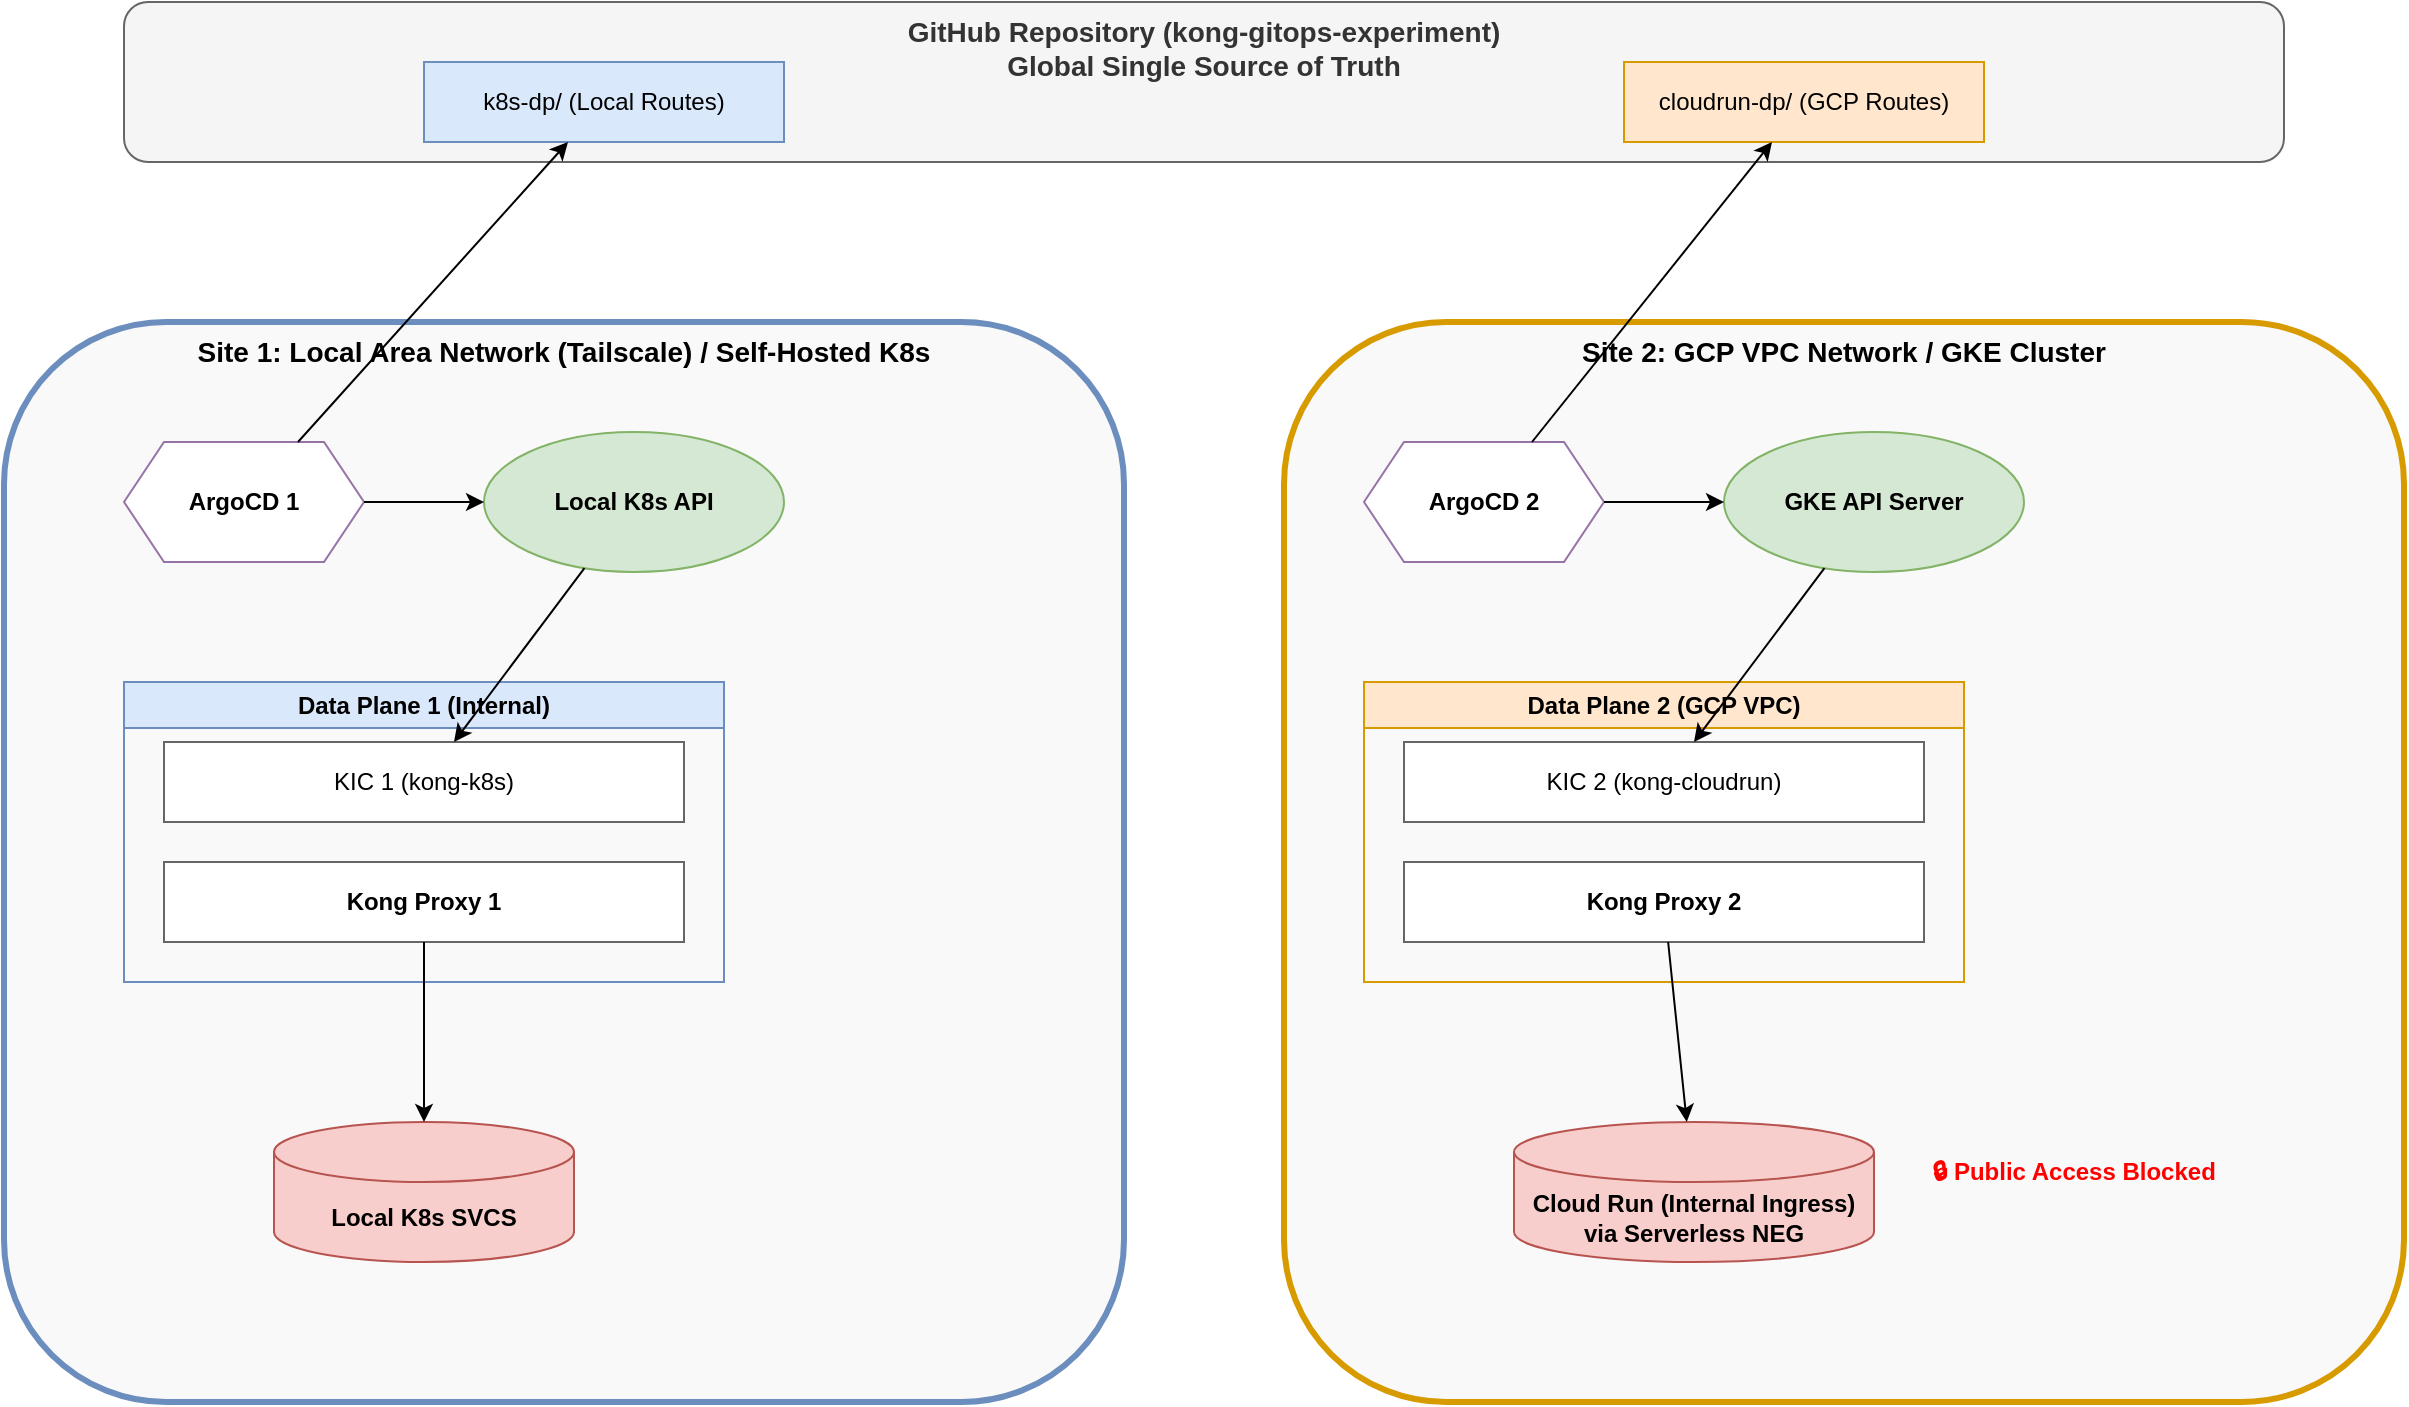
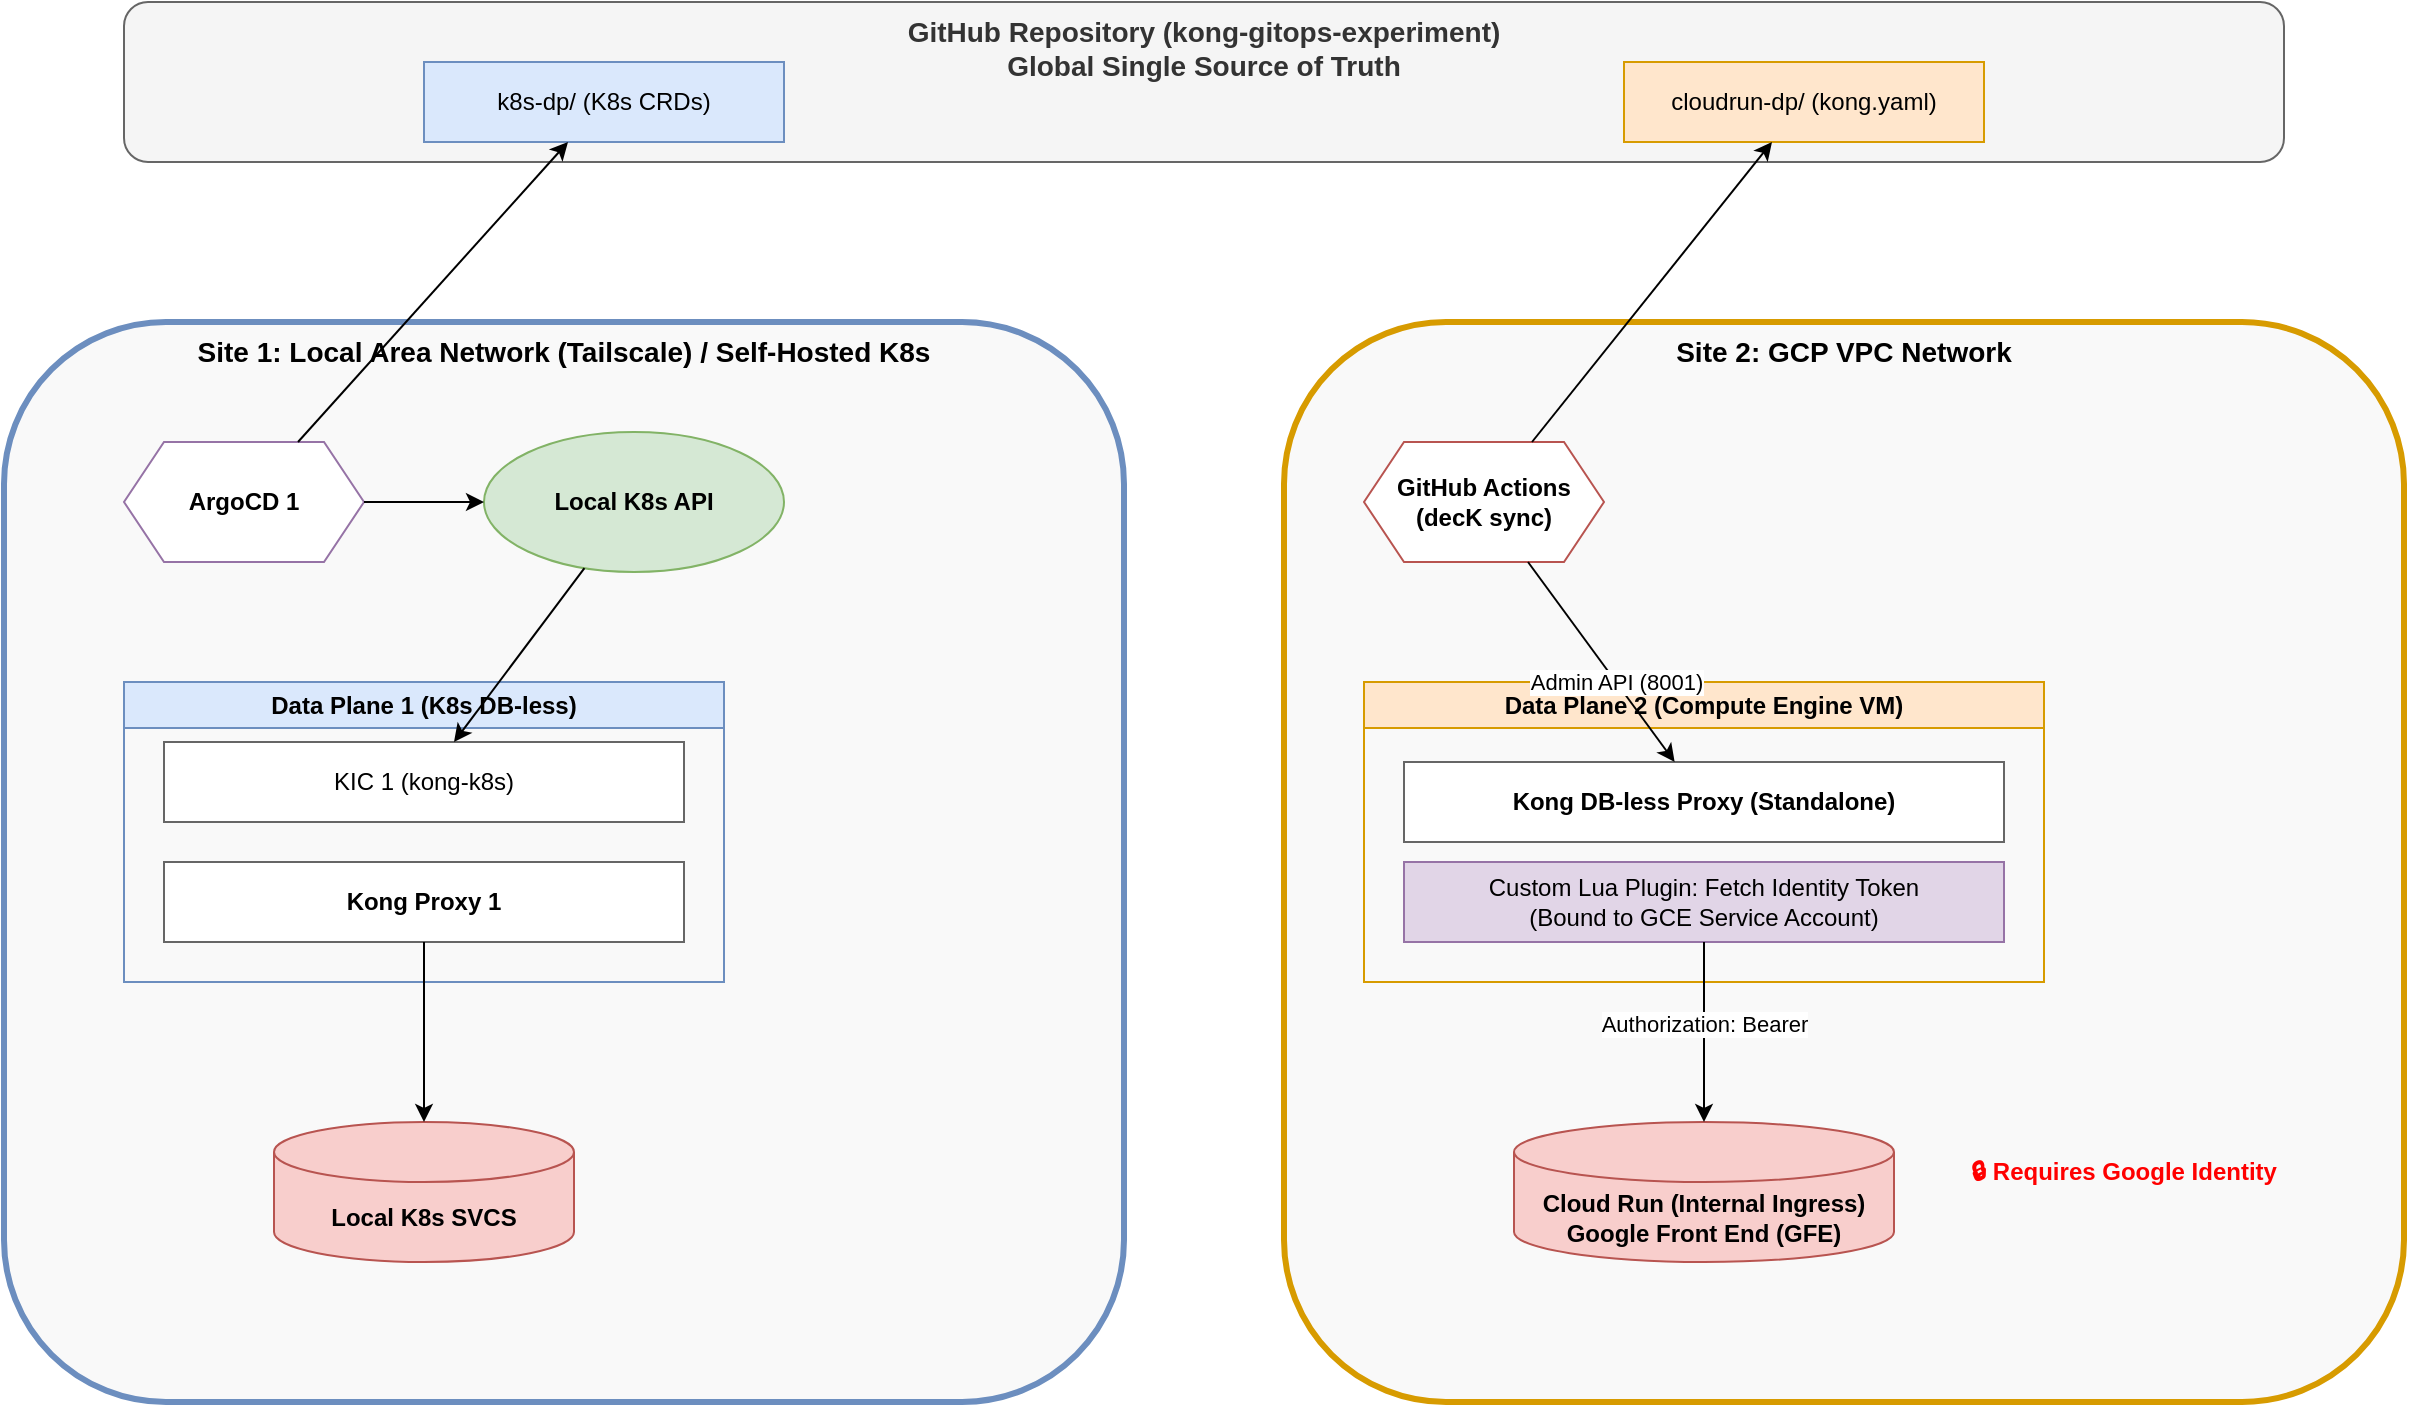
- <mxfile host="Electron" modified="2026-05-26T18:40:00.000Z" agent="Mozilla/5.0" version="22.1.2" type="device">
-   <diagram id="kong-gitops-multi-cluster" name="Architecture">
+ <mxfile host="Electron" modified="2026-05-26T18:55:00.000Z" agent="Mozilla/5.0" version="22.1.2" type="device">
+   <diagram id="kong-gitops-vm-architecture" name="Architecture">
    <mxGraphModel dx="1434" dy="844" grid="1" gridSize="10" guides="1" tooltips="1" connect="1" arrows="1" fold="1" page="1" pageScale="1" pageWidth="1300" pageHeight="900" math="0" shadow="0">
      <root>
        <mxCell id="0" />
        <mxCell id="1" parent="0" />

        <!-- GitHub Repo Box (External) -->
        <mxCell id="github_repo" value="GitHub Repository (kong-gitops-experiment)&#10;Global Single Source of Truth" style="rounded=1;whiteSpace=wrap;html=1;fillColor=#f5f5f5;fontStyle=1;strokeColor=#666666;fontColor=#333333;verticalAlign=top;fontSize=14;" vertex="1" parent="1">
          <mxGeometry x="100" y="20" width="1080" height="80" as="geometry" />
        </mxCell>

-         <mxCell id="github_k8s_code" value="k8s-dp/ (Local Routes)" style="rounded=0;whiteSpace=wrap;html=1;fillColor=#dae8fc;strokeColor=#6c8ebf;" vertex="1" parent="1">
+         <mxCell id="github_k8s_code" value="k8s-dp/ (K8s CRDs)" style="rounded=0;whiteSpace=wrap;html=1;fillColor=#dae8fc;strokeColor=#6c8ebf;" vertex="1" parent="1">
          <mxGeometry x="250" y="50" width="180" height="40" as="geometry" />
        </mxCell>

-         <mxCell id="github_cr_code" value="cloudrun-dp/ (GCP Routes)" style="rounded=0;whiteSpace=wrap;html=1;fillColor=#ffe6cc;strokeColor=#d79b00;" vertex="1" parent="1">
+         <mxCell id="github_cr_code" value="cloudrun-dp/ (kong.yaml)" style="rounded=0;whiteSpace=wrap;html=1;fillColor=#ffe6cc;strokeColor=#d79b00;" vertex="1" parent="1">
          <mxGeometry x="850" y="50" width="180" height="40" as="geometry" />
        </mxCell>

-         <!-- Tailscale LAN Area -->
+         <!-- Tailscale LAN Area (Site 1) -->
        <mxCell id="lan_cluster" value="Site 1: Local Area Network (Tailscale) / Self-Hosted K8s" style="rounded=1;whiteSpace=wrap;html=1;fillColor=#f9f9f9;strokeColor=#6c8ebf;strokeWidth=3;verticalAlign=top;fontStyle=1;fontSize=14;" vertex="1" parent="1">
          <mxGeometry x="40" y="180" width="560" height="540" as="geometry" />
        </mxCell>

-         <!-- GCP VPC Area -->
-         <mxCell id="gcp_vpc" value="Site 2: GCP VPC Network / GKE Cluster" style="rounded=1;whiteSpace=wrap;html=1;fillColor=#f9f9f9;strokeColor=#d79b00;strokeWidth=3;verticalAlign=top;fontStyle=1;fontSize=14;" vertex="1" parent="1">
+         <!-- GCP VPC Area (Site 2) -->
+         <mxCell id="gcp_vpc" value="Site 2: GCP VPC Network" style="rounded=1;whiteSpace=wrap;html=1;fillColor=#f9f9f9;strokeColor=#d79b00;strokeWidth=3;verticalAlign=top;fontStyle=1;fontSize=14;" vertex="1" parent="1">
          <mxGeometry x="680" y="180" width="560" height="540" as="geometry" />
        </mxCell>

        <!-- LAN ArgoCD & API -->
        <mxCell id="lan_argocd" value="ArgoCD 1" style="shape=hexagon;perimeter=hexagonPerimeter2;whiteSpace=wrap;html=1;fixedSize=1;fillColor=#ffffff;strokeColor=#9673a6;fontStyle=1" vertex="1" parent="1">
          <mxGeometry x="100" y="240" width="120" height="60" as="geometry" />
        </mxCell>
        <mxCell id="lan_api" value="Local K8s API" style="ellipse;whiteSpace=wrap;html=1;fillColor=#d5e8d4;strokeColor=#82b366;fontStyle=1" vertex="1" parent="1">
          <mxGeometry x="280" y="235" width="150" height="70" as="geometry" />
        </mxCell>

-         <!-- GCP ArgoCD & API -->
-         <mxCell id="gcp_argocd" value="ArgoCD 2" style="shape=hexagon;perimeter=hexagonPerimeter2;whiteSpace=wrap;html=1;fixedSize=1;fillColor=#ffffff;strokeColor=#9673a6;fontStyle=1" vertex="1" parent="1">
+         <!-- GCP GitHub Actions & VM -->
+         <mxCell id="gh_actions" value="GitHub Actions&#10;(decK sync)" style="shape=hexagon;perimeter=hexagonPerimeter2;whiteSpace=wrap;html=1;fixedSize=1;fillColor=#ffffff;strokeColor=#b85450;fontStyle=1" vertex="1" parent="1">
          <mxGeometry x="720" y="240" width="120" height="60" as="geometry" />
        </mxCell>
-         <mxCell id="gcp_api" value="GKE API Server" style="ellipse;whiteSpace=wrap;html=1;fillColor=#d5e8d4;strokeColor=#82b366;fontStyle=1" vertex="1" parent="1">
-           <mxGeometry x="900" y="235" width="150" height="70" as="geometry" />
-         </mxCell>

-         <!-- DP1 (Local) -->
-         <mxCell id="dp1_box" value="Data Plane 1 (Internal)" style="swimlane;whiteSpace=wrap;html=1;fillColor=#dae8fc;strokeColor=#6c8ebf;fontStyle=1" vertex="1" parent="1">
+         <!-- DP1 (Local KIC) -->
+         <mxCell id="dp1_box" value="Data Plane 1 (K8s DB-less)" style="swimlane;whiteSpace=wrap;html=1;fillColor=#dae8fc;strokeColor=#6c8ebf;fontStyle=1" vertex="1" parent="1">
          <mxGeometry x="100" y="360" width="300" height="150" as="geometry" />
        </mxCell>
        <mxCell id="kic1" value="KIC 1 (kong-k8s)" style="rounded=0;whiteSpace=wrap;html=1;fillColor=#ffffff;strokeColor=#666666;" vertex="1" parent="dp1_box">
          <mxGeometry x="20" y="30" width="260" height="40" as="geometry" />
        </mxCell>
        <mxCell id="proxy1" value="Kong Proxy 1" style="rounded=0;whiteSpace=wrap;html=1;fillColor=#ffffff;strokeColor=#666666;fontStyle=1" vertex="1" parent="dp1_box">
          <mxGeometry x="20" y="90" width="260" height="40" as="geometry" />
        </mxCell>

-         <!-- DP2 (GCP) -->
-         <mxCell id="dp2_box" value="Data Plane 2 (GCP VPC)" style="swimlane;whiteSpace=wrap;html=1;fillColor=#ffe6cc;strokeColor=#d79b00;fontStyle=1" vertex="1" parent="1">
-           <mxGeometry x="720" y="360" width="300" height="150" as="geometry" />
+         <!-- DP2 (GCP VM) -->
+         <mxCell id="dp2_box" value="Data Plane 2 (Compute Engine VM)" style="swimlane;whiteSpace=wrap;html=1;fillColor=#ffe6cc;strokeColor=#d79b00;fontStyle=1" vertex="1" parent="1">
+           <mxGeometry x="720" y="360" width="340" height="150" as="geometry" />
        </mxCell>
-         <mxCell id="kic2" value="KIC 2 (kong-cloudrun)" style="rounded=0;whiteSpace=wrap;html=1;fillColor=#ffffff;strokeColor=#666666;" vertex="1" parent="dp2_box">
-           <mxGeometry x="20" y="30" width="260" height="40" as="geometry" />
+         <mxCell id="vm_kong" value="Kong DB-less Proxy (Standalone)" style="rounded=0;whiteSpace=wrap;html=1;fillColor=#ffffff;strokeColor=#666666;fontStyle=1" vertex="1" parent="dp2_box">
+           <mxGeometry x="20" y="40" width="300" height="40" as="geometry" />
        </mxCell>
-         <mxCell id="proxy2" value="Kong Proxy 2" style="rounded=0;whiteSpace=wrap;html=1;fillColor=#ffffff;strokeColor=#666666;fontStyle=1" vertex="1" parent="dp2_box">
-           <mxGeometry x="20" y="90" width="260" height="40" as="geometry" />
+         <mxCell id="custom_plugin" value="Custom Lua Plugin: Fetch Identity Token&#10;(Bound to GCE Service Account)" style="rounded=0;whiteSpace=wrap;html=1;fillColor=#e1d5e7;strokeColor=#9673a6;fontStyle=0" vertex="1" parent="dp2_box">
+           <mxGeometry x="20" y="90" width="300" height="40" as="geometry" />
        </mxCell>

        <!-- Upstreams -->
        <mxCell id="k8s_svc" value="Local K8s SVCS" style="shape=cylinder3;whiteSpace=wrap;html=1;boundedLbl=1;backgroundOutline=1;size=15;fillColor=#f8cecc;strokeColor=#b85450;fontStyle=1" vertex="1" parent="1">
          <mxGeometry x="175" y="580" width="150" height="70" as="geometry" />
        </mxCell>
-         <mxCell id="cr_svc" value="Cloud Run (Internal Ingress)&#10;via Serverless NEG" style="shape=cylinder3;whiteSpace=wrap;html=1;boundedLbl=1;backgroundOutline=1;size=15;fillColor=#f8cecc;strokeColor=#b85450;fontStyle=1" vertex="1" parent="1">
-           <mxGeometry x="795" y="580" width="180" height="70" as="geometry" />
+         <mxCell id="cr_svc" value="Cloud Run (Internal Ingress)&#10;Google Front End (GFE)" style="shape=cylinder3;whiteSpace=wrap;html=1;boundedLbl=1;backgroundOutline=1;size=15;fillColor=#f8cecc;strokeColor=#b85450;fontStyle=1" vertex="1" parent="1">
+           <mxGeometry x="795" y="580" width="190" height="70" as="geometry" />
        </mxCell>

        <!-- Connections -->
        <!-- Pulls -->
        <mxCell id="pull1" edge="1" parent="1" source="lan_argocd" target="github_k8s_code">
          <mxGeometry relative="1" as="geometry" />
        </mxCell>
-         <mxCell id="pull2" edge="1" parent="1" source="gcp_argocd" target="github_cr_code">
+         <mxCell id="pull2" edge="1" parent="1" source="gh_actions" target="github_cr_code">
          <mxGeometry relative="1" as="geometry" />
        </mxCell>
        <!-- Argo to API -->
        <mxCell id="a2a1" edge="1" parent="1" source="lan_argocd" target="lan_api">
          <mxGeometry relative="1" as="geometry" />
        </mxCell>
-         <mxCell id="a2a2" edge="1" parent="1" source="gcp_argocd" target="gcp_api">
-           <mxGeometry relative="1" as="geometry" />
-         </mxCell>
        <!-- API to KIC -->
        <mxCell id="ap2k1" edge="1" parent="1" source="lan_api" target="kic1">
          <mxGeometry relative="1" as="geometry" />
        </mxCell>
-         <mxCell id="ap2k2" edge="1" parent="1" source="gcp_api" target="kic2">
+         <!-- decK to VM Admin API -->
+         <mxCell id="deck_to_vm" edge="1" parent="1" source="gh_actions" target="vm_kong">
          <mxGeometry relative="1" as="geometry" />
        </mxCell>
+         <mxCell id="label_deck" value="Admin API (8001)" style="edgeLabel;html=1;align=center;verticalAlign=middle;resizable=0;points=[];" vertex="1" connectable="0" parent="deck_to_vm">
+           <mxGeometry x="0.2" relative="1" as="geometry">
+             <mxPoint as="offset" />
+           </mxGeometry>
+         </mxCell>
+ 
        <!-- Routing -->
        <mxCell id="rt1" edge="1" parent="1" source="proxy1" target="k8s_svc">
          <mxGeometry relative="1" as="geometry" />
        </mxCell>
-         <mxCell id="rt2" edge="1" parent="1" source="proxy2" target="cr_svc">
+         <mxCell id="rt2" edge="1" parent="1" source="custom_plugin" target="cr_svc">
          <mxGeometry relative="1" as="geometry" />
        </mxCell>
+         <mxCell id="label_auth" value="Authorization: Bearer &lt;ID_TOKEN&gt;" style="edgeLabel;html=1;align=center;verticalAlign=middle;resizable=0;points=[];" vertex="1" connectable="0" parent="rt2">
+           <mxGeometry x="-0.1" relative="1" as="geometry">
+             <mxPoint as="offset" />
+           </mxGeometry>
+         </mxCell>
+ 
        <!-- Lock icon on Cloud Run -->
-         <mxCell id="lock_label" value="🔒 Public Access Blocked" style="text;html=1;strokeColor=none;fillColor=none;align=center;verticalAlign=middle;whiteSpace=wrap;rounded=0;fontColor=#ff0000;fontStyle=1" vertex="1" parent="1">
-           <mxGeometry x="1000" y="590" width="150" height="30" as="geometry" />
+         <mxCell id="lock_label" value="🔒 Requires Google Identity" style="text;html=1;strokeColor=none;fillColor=none;align=center;verticalAlign=middle;whiteSpace=wrap;rounded=0;fontColor=#ff0000;fontStyle=1" vertex="1" parent="1">
+           <mxGeometry x="1000" y="590" width="200" height="30" as="geometry" />
        </mxCell>

      </root>
    </mxGraphModel>
  </diagram>
</mxfile>
